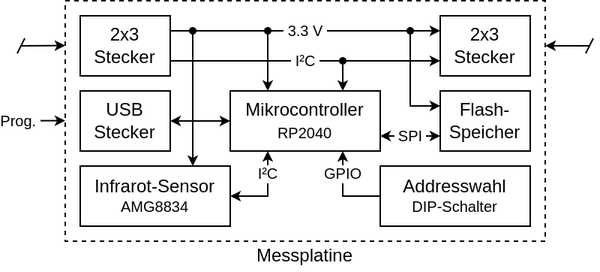
This is doc/img/arch_messplatine.png from tstrahler/pwt-temp, a draw.io export, as it was before one commit. Source tidied: cells renumbered, new cells last; positions are measured from the earlier drawing's top-left corner, leaving out a move shared by most shapes.
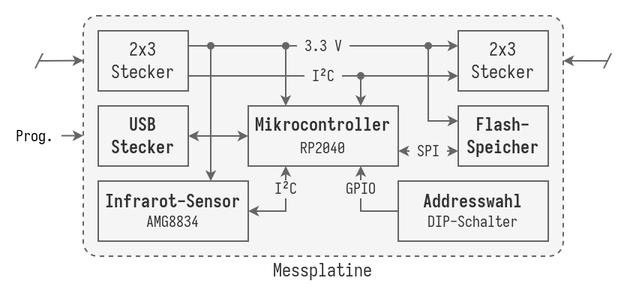
Later version of the same file.

What changed in the source:
```diff
@@ -2,96 +2,96 @@
   <root>
     <mxCell id="0" />
     <mxCell id="1" parent="0" />
-    <mxCell id="2" style="rounded=0;whiteSpace=wrap;html=1;fontColor=#808080;strokeColor=#000000;fillColor=default;dashed=1;" parent="1" vertex="1">
-      <mxGeometry x="32" width="320" height="160" as="geometry" />
-    </mxCell>
+    <mxCell id="26" style="rounded=1;whiteSpace=wrap;html=1;fontFamily=Iosevka;fontColor=#333333;fillColor=#f5f5f5;strokeColor=#666666;dashed=1;arcSize=6;" parent="1" vertex="1">
+      <mxGeometry x="32" width="320" height="160" as="geometry" />
+    </mxCell>
-    <mxCell id="3" value="Messplatine" style="text;html=1;strokeColor=none;fillColor=none;align=center;verticalAlign=middle;whiteSpace=wrap;rounded=0;dashed=1;fontColor=#000000;" parent="1" vertex="1">
+    <mxCell id="3" value="Messplatine" style="text;html=1;strokeColor=none;fillColor=none;align=center;verticalAlign=middle;whiteSpace=wrap;rounded=0;dashed=1;fontColor=#333333;fontFamily=Iosevka;" parent="1" vertex="1">
       <mxGeometry x="152" y="160" width="80" height="20" as="geometry" />
     </mxCell>
-    <mxCell id="4" value="&amp;nbsp;3.3 V&amp;nbsp;" style="edgeStyle=orthogonalEdgeStyle;rounded=0;jettySize=auto;html=1;exitX=1;exitY=0.25;exitDx=0;exitDy=0;entryX=0;entryY=0.25;entryDx=0;entryDy=0;fontSize=10;fontColor=#000000;startArrow=none;startFill=0;endArrow=classic;endFill=1;startSize=4;endSize=4;strokeColor=#000000;" parent="1" edge="1" source="6" target="7">
+    <mxCell id="4" value="&amp;nbsp;3.3 V&amp;nbsp;" style="edgeStyle=orthogonalEdgeStyle;rounded=0;jettySize=auto;html=1;exitX=1;exitY=0.25;exitDx=0;exitDy=0;entryX=0;entryY=0.25;entryDx=0;entryDy=0;fontSize=10;fontColor=#333;startArrow=none;startFill=0;endArrow=classic;endFill=1;startSize=4;endSize=4;strokeColor=#666666;fontFamily=Iosevka;fillColor=#f5f5f5;labelBackgroundColor=#f5f5f5;" parent="1" edge="1" source="6" target="7">
       <mxGeometry relative="1" as="geometry" />
     </mxCell>
-    <mxCell id="5" value="&amp;nbsp;I²C&amp;nbsp;" style="edgeStyle=orthogonalEdgeStyle;rounded=0;jettySize=auto;html=1;exitX=1;exitY=0.75;exitDx=0;exitDy=0;entryX=0;entryY=0.75;entryDx=0;entryDy=0;fontSize=10;fontColor=#000000;startArrow=none;startFill=0;endArrow=classic;endFill=1;startSize=4;endSize=4;strokeColor=#000000;" parent="1" edge="1" source="6" target="7">
+    <mxCell id="5" value="&amp;nbsp;I²C&amp;nbsp;" style="edgeStyle=orthogonalEdgeStyle;rounded=0;jettySize=auto;html=1;exitX=1;exitY=0.75;exitDx=0;exitDy=0;entryX=0;entryY=0.75;entryDx=0;entryDy=0;fontSize=10;fontColor=#333;startArrow=none;startFill=0;endArrow=classic;endFill=1;startSize=4;endSize=4;strokeColor=#666666;fontFamily=Iosevka;fillColor=#f5f5f5;labelBackgroundColor=#f5f5f5;" parent="1" edge="1" source="6" target="7">
       <mxGeometry relative="1" as="geometry" />
     </mxCell>
-    <mxCell id="6" value="2x3&lt;br&gt;Stecker" style="rounded=0;whiteSpace=wrap;html=1;fontColor=#000000;strokeColor=default;fillColor=default;" parent="1" vertex="1">
+    <mxCell id="6" value="2x3&lt;br&gt;Stecker" style="rounded=0;whiteSpace=wrap;html=1;fontColor=#333333;strokeColor=#666666;fillColor=#f5f5f5;fontFamily=Iosevka;" parent="1" vertex="1">
       <mxGeometry x="42" y="10" width="60" height="40" as="geometry" />
     </mxCell>
-    <mxCell id="7" value="2x3&lt;br&gt;Stecker" style="rounded=0;whiteSpace=wrap;html=1;fontColor=#000000;strokeColor=default;fillColor=default;" parent="1" vertex="1">
+    <mxCell id="7" value="2x3&lt;br&gt;Stecker" style="rounded=0;whiteSpace=wrap;html=1;fontColor=#333333;strokeColor=#666666;fillColor=#f5f5f5;fontFamily=Iosevka;" parent="1" vertex="1">
       <mxGeometry x="282" y="10" width="60" height="40" as="geometry" />
     </mxCell>
-    <mxCell id="8" style="edgeStyle=orthogonalEdgeStyle;rounded=0;jettySize=auto;html=1;exitX=0.25;exitY=0;exitDx=0;exitDy=0;fontSize=10;fontColor=#000000;startArrow=classic;startFill=1;endArrow=oval;endFill=1;startSize=4;endSize=4;strokeColor=#000000;" parent="1" edge="1" source="10">
+    <mxCell id="8" style="edgeStyle=orthogonalEdgeStyle;rounded=0;jettySize=auto;html=1;exitX=0.25;exitY=0;exitDx=0;exitDy=0;fontSize=10;fontColor=#000000;startArrow=classic;startFill=1;endArrow=oval;endFill=1;startSize=4;endSize=4;strokeColor=#666666;fontFamily=Iosevka;fillColor=#f5f5f5;" parent="1" edge="1" source="10">
       <mxGeometry relative="1" as="geometry">
         <mxPoint x="167" y="20" as="targetPoint" />
       </mxGeometry>
     </mxCell>
-    <mxCell id="9" style="edgeStyle=orthogonalEdgeStyle;rounded=0;jettySize=auto;html=1;exitX=0.75;exitY=0;exitDx=0;exitDy=0;fontSize=10;fontColor=#000000;startArrow=classic;startFill=1;endArrow=oval;endFill=1;startSize=4;endSize=4;strokeColor=#000000;" parent="1" edge="1" source="10">
+    <mxCell id="9" style="edgeStyle=orthogonalEdgeStyle;rounded=0;jettySize=auto;html=1;exitX=0.75;exitY=0;exitDx=0;exitDy=0;fontSize=10;fontColor=#000000;startArrow=classic;startFill=1;endArrow=oval;endFill=1;startSize=4;endSize=4;strokeColor=#666666;fontFamily=Iosevka;fillColor=#f5f5f5;" parent="1" edge="1" source="10">
       <mxGeometry relative="1" as="geometry">
         <mxPoint x="217" y="40" as="targetPoint" />
       </mxGeometry>
     </mxCell>
-    <mxCell id="10" value="Mikrocontroller&lt;br&gt;&lt;font style=&quot;font-size: 10px&quot;&gt;RP2040&lt;/font&gt;" style="rounded=0;whiteSpace=wrap;html=1;fontColor=#000000;strokeColor=default;fillColor=default;" parent="1" vertex="1">
+    <mxCell id="10" value="&lt;b&gt;Mikrocontroller&lt;/b&gt;&lt;br&gt;&lt;font style=&quot;font-size: 10px&quot;&gt;RP2040&lt;/font&gt;" style="rounded=0;whiteSpace=wrap;html=1;fontColor=#333333;strokeColor=#666666;fillColor=#f5f5f5;fontFamily=Iosevka;" parent="1" vertex="1">
       <mxGeometry x="142" y="60" width="100" height="40" as="geometry" />
     </mxCell>
-    <mxCell id="11" style="edgeStyle=orthogonalEdgeStyle;rounded=0;jettySize=auto;html=1;exitX=0.75;exitY=0;exitDx=0;exitDy=0;fontSize=10;fontColor=#000000;startArrow=classic;startFill=1;endArrow=oval;endFill=1;startSize=4;endSize=4;strokeColor=#000000;" parent="1" edge="1" source="13">
+    <mxCell id="11" style="edgeStyle=orthogonalEdgeStyle;rounded=0;jettySize=auto;html=1;exitX=0.75;exitY=0;exitDx=0;exitDy=0;fontSize=10;fontColor=#000000;startArrow=classic;startFill=1;endArrow=oval;endFill=1;startSize=4;endSize=4;strokeColor=#666666;fontFamily=Iosevka;fillColor=#f5f5f5;" parent="1" edge="1" source="13">
       <mxGeometry relative="1" as="geometry">
         <mxPoint x="117" y="20" as="targetPoint" />
       </mxGeometry>
     </mxCell>
-    <mxCell id="12" value="I²C" style="edgeStyle=orthogonalEdgeStyle;rounded=0;jettySize=auto;html=1;exitX=1;exitY=0.5;exitDx=0;exitDy=0;entryX=0.25;entryY=1;entryDx=0;entryDy=0;fontSize=10;fontColor=#000000;startArrow=classic;startFill=1;endArrow=classic;endFill=1;startSize=4;endSize=4;strokeColor=#000000;" parent="1" edge="1" source="13" target="10">
+    <mxCell id="12" value="I²C" style="edgeStyle=orthogonalEdgeStyle;rounded=0;jettySize=auto;html=1;exitX=1;exitY=0.5;exitDx=0;exitDy=0;entryX=0.25;entryY=1;entryDx=0;entryDy=0;fontSize=10;fontColor=#333;startArrow=classic;startFill=1;endArrow=classic;endFill=1;startSize=4;endSize=4;strokeColor=#666666;fontFamily=Iosevka;fillColor=#f5f5f5;labelBackgroundColor=#f5f5f5;" parent="1" edge="1" source="13" target="10">
       <mxGeometry x="0.45" relative="1" as="geometry" />
     </mxCell>
-    <mxCell id="13" value="&lt;font&gt;&lt;span style=&quot;font-size: 12px&quot;&gt;Infrarot-Sensor&lt;/span&gt;&lt;br&gt;&lt;font style=&quot;font-size: 10px&quot;&gt;AMG8834&lt;/font&gt;&lt;br&gt;&lt;/font&gt;" style="rounded=0;whiteSpace=wrap;html=1;fontSize=10;fontColor=#000000;strokeColor=default;fillColor=default;" parent="1" vertex="1">
+    <mxCell id="13" value="&lt;font&gt;&lt;span style=&quot;font-size: 12px&quot;&gt;&lt;b&gt;Infrarot-Sensor&lt;/b&gt;&lt;/span&gt;&lt;br&gt;&lt;font style=&quot;font-size: 10px&quot;&gt;AMG8834&lt;/font&gt;&lt;br&gt;&lt;/font&gt;" style="rounded=0;whiteSpace=wrap;html=1;fontSize=10;fontColor=#333333;strokeColor=#666666;fillColor=#f5f5f5;fontFamily=Iosevka;" parent="1" vertex="1">
       <mxGeometry x="42" y="110" width="100" height="40" as="geometry" />
     </mxCell>
-    <mxCell id="14" value="GPIO" style="edgeStyle=orthogonalEdgeStyle;rounded=0;jettySize=auto;html=1;exitX=0;exitY=0.5;exitDx=0;exitDy=0;entryX=0.75;entryY=1;entryDx=0;entryDy=0;fontSize=10;fontColor=#000000;startArrow=none;startFill=0;endArrow=classic;endFill=1;startSize=4;endSize=4;strokeColor=#000000;" parent="1" edge="1" source="15" target="10">
+    <mxCell id="14" value="GPIO" style="edgeStyle=orthogonalEdgeStyle;rounded=0;jettySize=auto;html=1;exitX=0;exitY=0.5;exitDx=0;exitDy=0;entryX=0.75;entryY=1;entryDx=0;entryDy=0;fontSize=10;fontColor=#333;startArrow=none;startFill=0;endArrow=classic;endFill=1;startSize=4;endSize=4;strokeColor=#666666;fontFamily=Iosevka;fillColor=#f5f5f5;labelBackgroundColor=#f5f5f5;" parent="1" edge="1" source="15" target="10">
       <mxGeometry x="0.45" relative="1" as="geometry" />
     </mxCell>
-    <mxCell id="15" value="&lt;font&gt;&lt;span style=&quot;font-size: 12px&quot;&gt;Addresswahl&lt;/span&gt;&lt;br&gt;&lt;font style=&quot;font-size: 10px&quot;&gt;DIP-Schalter&lt;/font&gt;&lt;br&gt;&lt;/font&gt;" style="rounded=0;whiteSpace=wrap;html=1;fontSize=10;fontColor=#000000;strokeColor=default;fillColor=default;" parent="1" vertex="1">
+    <mxCell id="15" value="&lt;font&gt;&lt;span style=&quot;font-size: 12px&quot;&gt;&lt;b&gt;Addresswahl&lt;/b&gt;&lt;/span&gt;&lt;br&gt;&lt;font style=&quot;font-size: 10px&quot;&gt;DIP-Schalter&lt;/font&gt;&lt;br&gt;&lt;/font&gt;" style="rounded=0;whiteSpace=wrap;html=1;fontSize=10;fontColor=#333333;strokeColor=#666666;fillColor=#f5f5f5;fontFamily=Iosevka;" parent="1" vertex="1">
       <mxGeometry x="242" y="110" width="100" height="40" as="geometry" />
     </mxCell>
-    <mxCell id="16" style="edgeStyle=orthogonalEdgeStyle;rounded=0;jettySize=auto;html=1;exitX=1;exitY=0.5;exitDx=0;exitDy=0;entryX=0;entryY=0.5;entryDx=0;entryDy=0;fontSize=10;fontColor=#000000;startArrow=classic;startFill=1;endArrow=classic;endFill=1;startSize=4;endSize=4;strokeColor=#000000;" parent="1" edge="1" source="17" target="10">
+    <mxCell id="16" style="edgeStyle=orthogonalEdgeStyle;rounded=0;jettySize=auto;html=1;exitX=1;exitY=0.5;exitDx=0;exitDy=0;entryX=0;entryY=0.5;entryDx=0;entryDy=0;fontSize=10;fontColor=#000000;startArrow=classic;startFill=1;endArrow=classic;endFill=1;startSize=4;endSize=4;strokeColor=#666666;fontFamily=Iosevka;fillColor=#f5f5f5;" parent="1" edge="1" source="17" target="10">
       <mxGeometry relative="1" as="geometry" />
     </mxCell>
-    <mxCell id="17" value="USB Stecker" style="rounded=0;whiteSpace=wrap;html=1;fontColor=#000000;strokeColor=default;fillColor=default;" parent="1" vertex="1">
+    <mxCell id="17" value="&lt;b&gt;USB Stecker&lt;/b&gt;" style="rounded=0;whiteSpace=wrap;html=1;fontColor=#333333;strokeColor=#666666;fillColor=#f5f5f5;fontFamily=Iosevka;" parent="1" vertex="1">
       <mxGeometry x="42" y="60" width="60" height="40" as="geometry" />
     </mxCell>
-    <mxCell id="18" style="edgeStyle=orthogonalEdgeStyle;rounded=0;jettySize=auto;html=1;exitX=0;exitY=0.25;exitDx=0;exitDy=0;fontSize=10;fontColor=#000000;startArrow=classic;startFill=1;endArrow=oval;endFill=1;startSize=4;endSize=4;strokeColor=#000000;" parent="1" edge="1" source="20">
+    <mxCell id="18" style="edgeStyle=orthogonalEdgeStyle;rounded=0;jettySize=auto;html=1;exitX=0;exitY=0.25;exitDx=0;exitDy=0;fontSize=10;fontColor=#000000;startArrow=classic;startFill=1;endArrow=oval;endFill=1;startSize=4;endSize=4;strokeColor=#666666;fontFamily=Iosevka;fillColor=#f5f5f5;" parent="1" edge="1" source="20">
       <mxGeometry relative="1" as="geometry">
         <mxPoint x="262" y="20" as="targetPoint" />
       </mxGeometry>
     </mxCell>
-    <mxCell id="19" value="&amp;nbsp;SPI&amp;nbsp;" style="edgeStyle=orthogonalEdgeStyle;rounded=0;jettySize=auto;html=1;exitX=0;exitY=0.75;exitDx=0;exitDy=0;entryX=1;entryY=0.75;entryDx=0;entryDy=0;fontSize=10;fontColor=#000000;startArrow=classic;startFill=1;endArrow=classic;endFill=1;startSize=4;endSize=4;strokeColor=#000000;" parent="1" edge="1" source="20" target="10">
+    <mxCell id="19" value="&amp;nbsp;SPI&amp;nbsp;" style="edgeStyle=orthogonalEdgeStyle;rounded=0;jettySize=auto;html=1;exitX=0;exitY=0.75;exitDx=0;exitDy=0;entryX=1;entryY=0.75;entryDx=0;entryDy=0;fontSize=10;fontColor=#333;startArrow=classic;startFill=1;endArrow=classic;endFill=1;startSize=4;endSize=4;strokeColor=#666666;fontFamily=Iosevka;fillColor=#f5f5f5;labelBackgroundColor=#f5f5f5;" parent="1" edge="1" source="20" target="10">
       <mxGeometry relative="1" as="geometry" />
     </mxCell>
-    <mxCell id="20" value="Flash-Speicher" style="rounded=0;whiteSpace=wrap;html=1;fontColor=#000000;strokeColor=default;fillColor=default;" parent="1" vertex="1">
+    <mxCell id="20" value="&lt;b&gt;Flash-Speicher&lt;/b&gt;" style="rounded=0;whiteSpace=wrap;html=1;fontColor=#333333;strokeColor=#666666;fillColor=#f5f5f5;fontFamily=Iosevka;" parent="1" vertex="1">
       <mxGeometry x="282" y="60" width="60" height="40" as="geometry" />
     </mxCell>
-    <mxCell id="21" value="Prog.&amp;nbsp;" style="endArrow=classic;startArrow=none;html=1;rounded=0;fontSize=10;fontColor=#000000;startSize=4;endSize=4;strokeColor=#000000;startFill=0;" parent="1" edge="1">
+    <mxCell id="21" value="Prog.&amp;nbsp;" style="endArrow=classic;startArrow=none;html=1;rounded=0;fontSize=10;fontColor=#000000;startSize=4;endSize=4;strokeColor=#666666;startFill=0;fontFamily=Iosevka;fillColor=#f5f5f5;" parent="1" edge="1">
       <mxGeometry x="-1" relative="1" as="geometry">
         <mxPoint x="2" y="79.8" as="sourcePoint" />
         <mxPoint x="32" y="79.8" as="targetPoint" />
       </mxGeometry>
     </mxCell>
-    <mxCell id="22" style="endArrow=classic;startArrow=none;html=1;rounded=0;fontSize=10;fontColor=#000000;startSize=4;endSize=4;strokeColor=#000000;startFill=0;" parent="1" edge="1">
+    <mxCell id="22" style="endArrow=classic;startArrow=none;html=1;rounded=0;fontSize=10;fontColor=#000000;startSize=4;endSize=4;strokeColor=#666666;startFill=0;fontFamily=Iosevka;fillColor=#f5f5f5;" parent="1" edge="1">
       <mxGeometry relative="1" as="geometry">
         <mxPoint x="382" y="30" as="sourcePoint" />
         <mxPoint x="352" y="29.9" as="targetPoint" />
       </mxGeometry>
     </mxCell>
-    <mxCell id="23" style="endArrow=classic;startArrow=none;html=1;rounded=0;fontSize=10;fontColor=#000000;startSize=4;endSize=4;strokeColor=#000000;startFill=0;" parent="1" edge="1">
+    <mxCell id="23" style="endArrow=classic;startArrow=none;html=1;rounded=0;fontSize=10;fontColor=#000000;startSize=4;endSize=4;strokeColor=#666666;startFill=0;fontFamily=Iosevka;fillColor=#f5f5f5;" parent="1" edge="1">
       <mxGeometry relative="1" as="geometry">
         <mxPoint x="2" y="30" as="sourcePoint" />
         <mxPoint x="32" y="29.8" as="targetPoint" />
       </mxGeometry>
     </mxCell>
-    <mxCell id="24" style="endArrow=none;html=1;rounded=0;startSize=4;endSize=4;" parent="1" edge="1">
+    <mxCell id="24" style="endArrow=none;html=1;rounded=0;startSize=4;endSize=4;fontFamily=Iosevka;fillColor=#f5f5f5;strokeColor=#666666;" parent="1" edge="1">
       <mxGeometry relative="1" as="geometry">
         <mxPoint y="35" as="sourcePoint" />
         <mxPoint x="5" y="25" as="targetPoint" />
       </mxGeometry>
     </mxCell>
-    <mxCell id="25" style="endArrow=none;html=1;rounded=0;startSize=4;endSize=4;" parent="1" edge="1">
+    <mxCell id="25" style="endArrow=none;html=1;rounded=0;startSize=4;endSize=4;fontFamily=Iosevka;fillColor=#f5f5f5;strokeColor=#666666;" parent="1" edge="1">
       <mxGeometry relative="1" as="geometry">
         <mxPoint x="379" y="35" as="sourcePoint" />
         <mxPoint x="384" y="25" as="targetPoint" />
```
